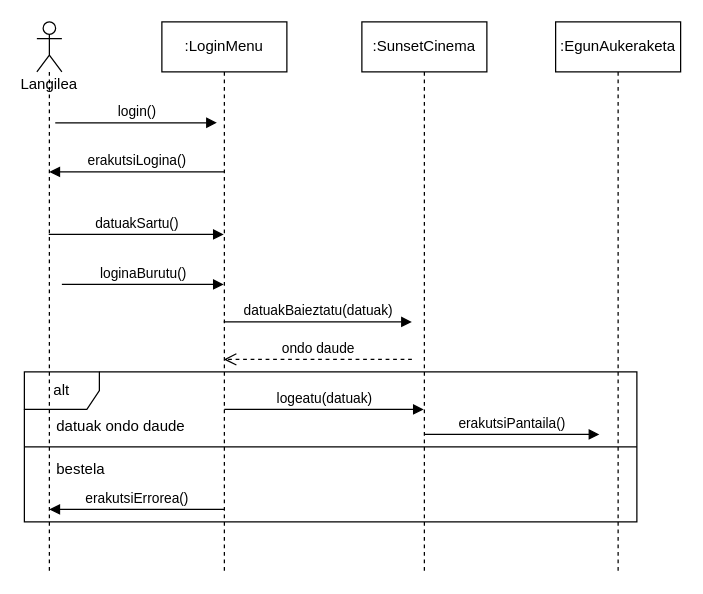
Before: dokumentazioa/garapen_inguruneak/erabileraKasuak/LoginSekuentzia.drawio in PetaldoiPorramador/SunsetCinema, a draw.io diagram. Source tidied: cells renumbered, new cells numbered last; positions are measured from the earlier drawing's top-left corner, leaving out a move shared by most shapes. Both pictures are drawn from the tidied source at 125%, with x=0, y=0 at pixel (24, 21).
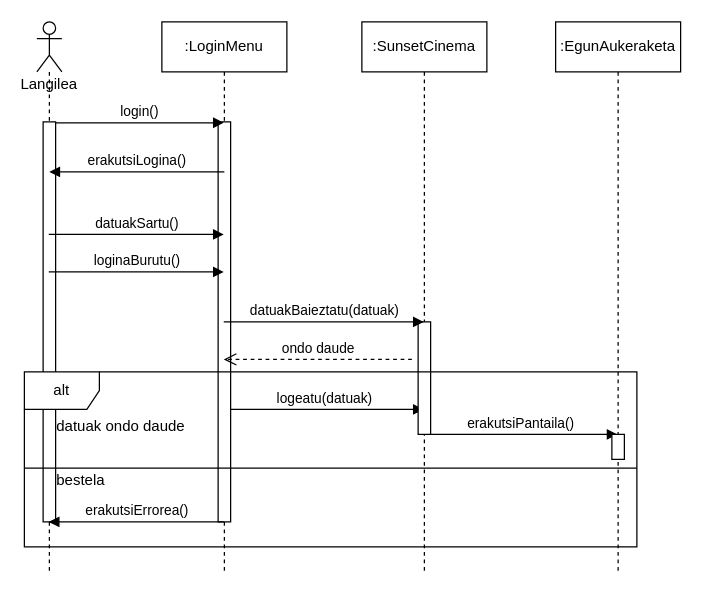
The same diagram, later.

Commit message (it also covers changes not shown here):
doc: erabileraKasuak Login Registro

The change refers to these unchanged cells:
```xml
<mxCell id="3" value="Langilea" style="shape=umlLifeline;participant=umlActor;perimeter=lifelinePerimeter;whiteSpace=wrap;html=1;verticalAlign=top;spacingTop=36;outlineConnect=0;" parent="1" vertex="1">
  <mxGeometry x="10" width="20" height="440" as="geometry" />
</mxCell>
<mxCell id="4" value=":LoginMenu" style="shape=umlLifeline;perimeter=lifelinePerimeter;whiteSpace=wrap;html=1;outlineConnect=0;" parent="1" vertex="1">
  <mxGeometry x="110" width="100" height="440" as="geometry" />
</mxCell>
<mxCell id="7" value=":SunsetCinema" style="shape=umlLifeline;perimeter=lifelinePerimeter;whiteSpace=wrap;html=1;outlineConnect=0;" parent="1" vertex="1">
  <mxGeometry x="270" width="100" height="440" as="geometry" />
</mxCell>
<mxCell id="13" value=":EgunAukeraketa" style="shape=umlLifeline;perimeter=lifelinePerimeter;whiteSpace=wrap;html=1;outlineConnect=0;" parent="1" vertex="1">
  <mxGeometry x="425" width="100" height="440" as="geometry" />
</mxCell>
```

Diff of the diagram source:
```diff
@@
-    <mxCell id="2" value="alt" style="shape=umlFrame;whiteSpace=wrap;html=1;" parent="1" vertex="1">
-      <mxGeometry y="280" width="490" height="120" as="geometry" />
-    </mxCell>
@@
+    <mxCell id="19" style="html=1;perimeter=orthogonalPerimeter;" parent="3" vertex="1">
+      <mxGeometry x="5" y="80" width="10" height="320" as="geometry" />
+    </mxCell>
@@
-    <mxCell id="6" value="loginaBurutu()" style="html=1;verticalAlign=bottom;endArrow=block;rounded=0;" parent="4" edge="1">
-      <mxGeometry relative="1" as="geometry">
-        <mxPoint x="-80" y="210" as="sourcePoint" />
-        <mxPoint x="49.5" y="210" as="targetPoint" />
-      </mxGeometry>
-    </mxCell>
+    <mxCell id="20" style="html=1;perimeter=orthogonalPerimeter;" parent="4" vertex="1">
+      <mxGeometry x="45" y="80" width="10" height="320" as="geometry" />
+    </mxCell>
@@
-    <mxCell id="8" value="erakutsiPantaila()" style="html=1;verticalAlign=bottom;endArrow=block;rounded=0;" parent="7" edge="1">
+    <mxCell id="8" value="erakutsiPantaila()" style="html=1;verticalAlign=bottom;endArrow=block;rounded=0;" parent="7" edge="1" target="13">
       <mxGeometry relative="1" as="geometry">
         <mxPoint x="50" y="330" as="sourcePoint" />
-        <mxPoint x="190" y="330" as="targetPoint" />
       </mxGeometry>
     </mxCell>
+    <mxCell id="21" style="html=1;perimeter=orthogonalPerimeter;" parent="7" vertex="1">
+      <mxGeometry x="45" y="240" width="10" height="90" as="geometry" />
+    </mxCell>
-    <mxCell id="9" value="login()" style="html=1;verticalAlign=bottom;endArrow=block;rounded=0;exitX=0.971;exitY=0.051;exitDx=0;exitDy=0;exitPerimeter=0;entryX=-0.1;entryY=0.119;entryDx=0;entryDy=0;entryPerimeter=0;" parent="1" edge="1">
+    <mxCell id="9" value="login()" style="html=1;verticalAlign=bottom;endArrow=block;rounded=0;exitX=0.971;exitY=0.051;exitDx=0;exitDy=0;exitPerimeter=0;" parent="1" edge="1" target="4">
       <mxGeometry relative="1" as="geometry">
         <mxPoint x="24.7" y="80.7" as="sourcePoint" />
-        <mxPoint x="154" y="80.7" as="targetPoint" />
       </mxGeometry>
     </mxCell>
@@
-    <mxCell id="11" value="datuakBaieztatu(datuak)" style="html=1;verticalAlign=bottom;endArrow=block;rounded=0;" parent="1" edge="1" source="4">
+    <mxCell id="11" value="datuakBaieztatu(datuak)" style="html=1;verticalAlign=bottom;endArrow=block;rounded=0;" parent="1" edge="1" source="4" target="7">
       <mxGeometry relative="1" as="geometry">
-        <mxPoint x="310" y="240" as="targetPoint" />
+        <Array as="points">
+          <mxPoint x="240" y="240" />
+        </Array>
       </mxGeometry>
     </mxCell>
@@
+    <mxCell id="22" style="html=1;perimeter=orthogonalPerimeter;" parent="13" vertex="1">
+      <mxGeometry x="45" y="330" width="10" height="20" as="geometry" />
+    </mxCell>
-    <mxCell id="14" value="erakutsiErrorea()" style="html=1;verticalAlign=bottom;endArrow=block;rounded=0;" parent="1" edge="1">
+    <mxCell id="14" value="erakutsiErrorea()" style="html=1;verticalAlign=bottom;endArrow=block;rounded=0;" parent="1" edge="1" source="4" target="3">
       <mxGeometry relative="1" as="geometry">
-        <mxPoint x="160" y="390" as="sourcePoint" />
-        <mxPoint x="20" y="390" as="targetPoint" />
+        <Array as="points">
+          <mxPoint x="90" y="400" />
+        </Array>
       </mxGeometry>
     </mxCell>
     <mxCell id="15" style="line;strokeWidth=1;fillColor=none;align=left;verticalAlign=middle;spacingTop=-1;spacingLeft=3;spacingRight=3;labelPosition=right;" parent="1" vertex="1">
-      <mxGeometry y="336" width="490" height="8" as="geometry" />
+      <mxGeometry y="353" width="490" height="8" as="geometry" />
     </mxCell>
@@
     <mxCell id="17" value="bestela" style="text;strokeColor=none;fillColor=none;align=left;verticalAlign=top;spacingLeft=4;spacingRight=4;overflow=hidden;" parent="1" vertex="1">
-      <mxGeometry x="20" y="344" width="50" height="26" as="geometry" />
+      <mxGeometry x="20" y="353" width="50" height="26" as="geometry" />
     </mxCell>
@@
+    <mxCell id="6" value="loginaBurutu()" style="html=1;verticalAlign=bottom;endArrow=block;rounded=0;" parent="1" edge="1" source="3" target="4">
+      <mxGeometry relative="1" as="geometry">
+        <Array as="points">
+          <mxPoint x="90" y="200" />
+        </Array>
+      </mxGeometry>
+    </mxCell>
+    <mxCell id="2" value="alt" style="shape=umlFrame;whiteSpace=wrap;html=1;" parent="1" vertex="1">
+      <mxGeometry y="280" width="490" height="140" as="geometry" />
+    </mxCell>
```
